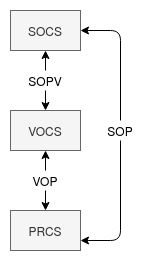
riegllms/ros-riegl-vz keeps this draw.io diagram as riegl_vz/img/cs.png. Above is the earlier version. Source tidied: cells renumbered, new cells last; positions are measured from the earlier drawing's top-left corner, leaving out a move shared by most shapes. The source it was exported from:
```xml
<mxGraphModel>
  <root>
    <mxCell id="0" />
    <mxCell id="1" parent="0" />
    <mxCell id="2" value="SOCS" style="rounded=0;whiteSpace=wrap;html=1;fillColor=#f5f5f5;strokeColor=#666666;fontColor=#333333;" parent="1" vertex="1">
      <mxGeometry width="70" height="40" as="geometry" />
    </mxCell>
    <mxCell id="3" value="VOCS" style="rounded=0;whiteSpace=wrap;html=1;fillColor=#f5f5f5;strokeColor=#666666;fontColor=#333333;" parent="1" vertex="1">
      <mxGeometry y="100" width="70" height="40" as="geometry" />
    </mxCell>
    <mxCell id="4" value="PRCS" style="rounded=0;whiteSpace=wrap;html=1;fillColor=#f5f5f5;strokeColor=#666666;fontColor=#333333;" parent="1" vertex="1">
      <mxGeometry y="200" width="70" height="40" as="geometry" />
    </mxCell>
    <mxCell id="5" value="SOPV" style="text;html=1;strokeColor=none;fillColor=none;align=center;verticalAlign=middle;whiteSpace=wrap;rounded=0;" parent="1" vertex="1">
      <mxGeometry x="15" y="60" width="40" height="20" as="geometry" />
    </mxCell>
    <mxCell id="6" style="endArrow=classic;html=1;entryX=0.5;entryY=1;entryDx=0;entryDy=0;exitX=0.5;exitY=0;exitDx=0;exitDy=0;" parent="1" edge="1" source="5" target="2">
      <mxGeometry relative="1" as="geometry" />
    </mxCell>
    <mxCell id="7" style="endArrow=classic;html=1;exitX=0.5;exitY=1;exitDx=0;exitDy=0;" parent="1" edge="1" source="5">
      <mxGeometry relative="1" as="geometry">
        <mxPoint x="35" y="100" as="targetPoint" />
      </mxGeometry>
    </mxCell>
    <mxCell id="8" value="VOP" style="text;html=1;strokeColor=none;fillColor=none;align=center;verticalAlign=middle;whiteSpace=wrap;rounded=0;" parent="1" vertex="1">
      <mxGeometry x="15" y="160" width="40" height="20" as="geometry" />
    </mxCell>
    <mxCell id="9" style="endArrow=classic;html=1;entryX=0.5;entryY=1;entryDx=0;entryDy=0;exitX=0.5;exitY=0;exitDx=0;exitDy=0;" parent="1" edge="1" source="8">
      <mxGeometry relative="1" as="geometry">
        <mxPoint x="35" y="140" as="targetPoint" />
      </mxGeometry>
    </mxCell>
    <mxCell id="10" style="endArrow=classic;html=1;exitX=0.5;exitY=1;exitDx=0;exitDy=0;" parent="1" edge="1" source="8">
      <mxGeometry relative="1" as="geometry">
        <mxPoint x="35" y="200" as="targetPoint" />
      </mxGeometry>
    </mxCell>
    <mxCell id="11" value="SOP" style="text;html=1;strokeColor=none;fillColor=none;align=center;verticalAlign=middle;whiteSpace=wrap;rounded=0;" parent="1" vertex="1">
      <mxGeometry x="90" y="110" width="40" height="20" as="geometry" />
    </mxCell>
    <mxCell id="12" style="endArrow=classic;html=1;entryX=1;entryY=0.5;entryDx=0;entryDy=0;exitX=0.5;exitY=0;exitDx=0;exitDy=0;" parent="1" edge="1" source="11" target="2">
      <mxGeometry relative="1" as="geometry">
        <Array as="points">
          <mxPoint x="110" y="20" />
        </Array>
      </mxGeometry>
    </mxCell>
    <mxCell id="13" style="endArrow=classic;html=1;exitX=0.5;exitY=1;exitDx=0;exitDy=0;entryX=1;entryY=0.75;entryDx=0;entryDy=0;" parent="1" edge="1" source="11" target="4">
      <mxGeometry relative="1" as="geometry">
        <Array as="points">
          <mxPoint x="110" y="230" />
        </Array>
      </mxGeometry>
    </mxCell>
  </root>
</mxGraphModel>
```
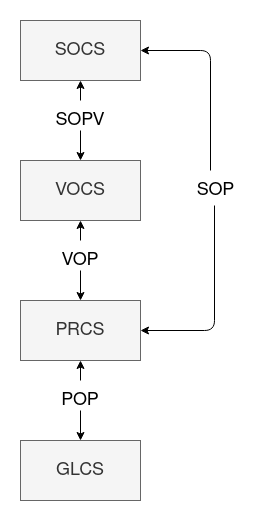
Above is the later version.

Diff of the diagram source:
```diff
@@ -2,55 +2,71 @@
   <root>
     <mxCell id="0" />
     <mxCell id="1" parent="0" />
-    <mxCell id="2" value="SOCS" style="rounded=0;whiteSpace=wrap;html=1;fillColor=#f5f5f5;strokeColor=#666666;fontColor=#333333;" parent="1" vertex="1">
-      <mxGeometry width="70" height="40" as="geometry" />
+    <mxCell id="2" value="&lt;font style=&quot;font-size: 18px&quot;&gt;SOCS&lt;/font&gt;" style="rounded=0;whiteSpace=wrap;html=1;fillColor=#f5f5f5;strokeColor=#666666;fontColor=#333333;" parent="1" vertex="1">
+      <mxGeometry x="120" y="160" width="120" height="60" as="geometry" />
     </mxCell>
-    <mxCell id="3" value="VOCS" style="rounded=0;whiteSpace=wrap;html=1;fillColor=#f5f5f5;strokeColor=#666666;fontColor=#333333;" parent="1" vertex="1">
-      <mxGeometry y="100" width="70" height="40" as="geometry" />
+    <mxCell id="3" value="&lt;font style=&quot;font-size: 18px&quot;&gt;VOCS&lt;/font&gt;" style="rounded=0;whiteSpace=wrap;html=1;fillColor=#f5f5f5;strokeColor=#666666;fontColor=#333333;" parent="1" vertex="1">
+      <mxGeometry x="120" y="300" width="120" height="60" as="geometry" />
     </mxCell>
-    <mxCell id="4" value="PRCS" style="rounded=0;whiteSpace=wrap;html=1;fillColor=#f5f5f5;strokeColor=#666666;fontColor=#333333;" parent="1" vertex="1">
-      <mxGeometry y="200" width="70" height="40" as="geometry" />
+    <mxCell id="4" value="&lt;font style=&quot;font-size: 18px&quot;&gt;PRCS&lt;/font&gt;" style="rounded=0;whiteSpace=wrap;html=1;fillColor=#f5f5f5;strokeColor=#666666;fontColor=#333333;" parent="1" vertex="1">
+      <mxGeometry x="120" y="440" width="120" height="60" as="geometry" />
     </mxCell>
+    <mxCell id="14" value="&lt;font style=&quot;font-size: 18px&quot;&gt;GLCS&lt;/font&gt;" style="rounded=0;whiteSpace=wrap;html=1;fillColor=#f5f5f5;strokeColor=#666666;fontColor=#333333;" parent="1" vertex="1">
+      <mxGeometry x="120" y="580" width="120" height="60" as="geometry" />
+    </mxCell>
-    <mxCell id="5" value="SOPV" style="text;html=1;strokeColor=none;fillColor=none;align=center;verticalAlign=middle;whiteSpace=wrap;rounded=0;" parent="1" vertex="1">
-      <mxGeometry x="15" y="60" width="40" height="20" as="geometry" />
+    <mxCell id="5" value="&lt;font style=&quot;font-size: 18px&quot;&gt;SOPV&lt;/font&gt;" style="text;html=1;strokeColor=none;fillColor=none;align=center;verticalAlign=middle;whiteSpace=wrap;rounded=0;" parent="1" vertex="1">
+      <mxGeometry x="160" y="250" width="40" height="20" as="geometry" />
     </mxCell>
-    <mxCell id="6" style="endArrow=classic;html=1;entryX=0.5;entryY=1;entryDx=0;entryDy=0;exitX=0.5;exitY=0;exitDx=0;exitDy=0;" parent="1" edge="1" source="5" target="2">
-      <mxGeometry relative="1" as="geometry" />
-    </mxCell>
-    <mxCell id="7" style="endArrow=classic;html=1;exitX=0.5;exitY=1;exitDx=0;exitDy=0;" parent="1" edge="1" source="5">
-      <mxGeometry relative="1" as="geometry">
-        <mxPoint x="35" y="100" as="targetPoint" />
-      </mxGeometry>
-    </mxCell>
+    <mxCell id="11" value="&lt;font style=&quot;font-size: 18px&quot;&gt;SOP&lt;/font&gt;" style="text;html=1;align=center;verticalAlign=middle;points=[];" parent="1" vertex="1">
+      <mxGeometry x="290" y="320" width="50" height="20" as="geometry" />
+    </mxCell>
-    <mxCell id="8" value="VOP" style="text;html=1;strokeColor=none;fillColor=none;align=center;verticalAlign=middle;whiteSpace=wrap;rounded=0;" parent="1" vertex="1">
-      <mxGeometry x="15" y="160" width="40" height="20" as="geometry" />
+    <mxCell id="8" value="&lt;font style=&quot;font-size: 18px&quot;&gt;VOP&lt;/font&gt;" style="text;html=1;strokeColor=none;fillColor=none;align=center;verticalAlign=middle;whiteSpace=wrap;rounded=0;" parent="1" vertex="1">
+      <mxGeometry x="160" y="390" width="40" height="20" as="geometry" />
     </mxCell>
-    <mxCell id="9" style="endArrow=classic;html=1;entryX=0.5;entryY=1;entryDx=0;entryDy=0;exitX=0.5;exitY=0;exitDx=0;exitDy=0;" parent="1" edge="1" source="8">
-      <mxGeometry relative="1" as="geometry">
-        <mxPoint x="35" y="140" as="targetPoint" />
-      </mxGeometry>
-    </mxCell>
-    <mxCell id="10" style="endArrow=classic;html=1;exitX=0.5;exitY=1;exitDx=0;exitDy=0;" parent="1" edge="1" source="8">
-      <mxGeometry relative="1" as="geometry">
-        <mxPoint x="35" y="200" as="targetPoint" />
-      </mxGeometry>
-    </mxCell>
-    <mxCell id="11" value="SOP" style="text;html=1;strokeColor=none;fillColor=none;align=center;verticalAlign=middle;whiteSpace=wrap;rounded=0;" parent="1" vertex="1">
-      <mxGeometry x="90" y="110" width="40" height="20" as="geometry" />
-    </mxCell>
-    <mxCell id="12" style="endArrow=classic;html=1;entryX=1;entryY=0.5;entryDx=0;entryDy=0;exitX=0.5;exitY=0;exitDx=0;exitDy=0;" parent="1" edge="1" source="11" target="2">
-      <mxGeometry relative="1" as="geometry">
-        <Array as="points">
-          <mxPoint x="110" y="20" />
-        </Array>
-      </mxGeometry>
-    </mxCell>
+    <mxCell id="15" value="&lt;font style=&quot;font-size: 18px&quot;&gt;POP&lt;/font&gt;" style="text;html=1;strokeColor=none;fillColor=none;align=center;verticalAlign=middle;whiteSpace=wrap;rounded=0;" parent="1" vertex="1">
+      <mxGeometry x="160" y="530" width="40" height="20" as="geometry" />
+    </mxCell>
+    <mxCell id="16" style="endArrow=classic;html=1;entryX=1;entryY=0.5;entryDx=0;entryDy=0;" parent="1" edge="1" target="2">
+      <mxGeometry relative="1" as="geometry">
+        <mxPoint x="310" y="310" as="sourcePoint" />
+        <Array as="points">
+          <mxPoint x="310" y="190" />
+        </Array>
+      </mxGeometry>
+    </mxCell>
-    <mxCell id="13" style="endArrow=classic;html=1;exitX=0.5;exitY=1;exitDx=0;exitDy=0;entryX=1;entryY=0.75;entryDx=0;entryDy=0;" parent="1" edge="1" source="11" target="4">
+    <mxCell id="13" style="endArrow=classic;html=1;entryX=1;entryY=0.5;entryDx=0;entryDy=0;exitX=0.48;exitY=1.25;exitDx=0;exitDy=0;exitPerimeter=0;" parent="1" edge="1" source="11" target="4">
       <mxGeometry relative="1" as="geometry">
         <Array as="points">
-          <mxPoint x="110" y="230" />
+          <mxPoint x="314" y="470" />
         </Array>
       </mxGeometry>
     </mxCell>
+    <mxCell id="17" style="endArrow=classic;html=1;entryX=0.5;entryY=1;entryDx=0;entryDy=0;" parent="1" edge="1" target="2">
+      <mxGeometry relative="1" as="geometry">
+        <mxPoint x="180" y="240" as="sourcePoint" />
+      </mxGeometry>
+    </mxCell>
+    <mxCell id="18" style="endArrow=classic;html=1;entryX=0.5;entryY=0;entryDx=0;entryDy=0;entryPerimeter=0;exitX=0.5;exitY=1;exitDx=0;exitDy=0;" parent="1" edge="1" source="5" target="3">
+      <mxGeometry relative="1" as="geometry" />
+    </mxCell>
+    <mxCell id="19" style="endArrow=classic;html=1;entryX=0.5;entryY=0;entryDx=0;entryDy=0;exitX=0.5;exitY=1;exitDx=0;exitDy=0;" parent="1" edge="1" source="8" target="4">
+      <mxGeometry relative="1" as="geometry" />
+    </mxCell>
+    <mxCell id="20" style="endArrow=classic;html=1;entryX=0.5;entryY=1;entryDx=0;entryDy=0;" parent="1" edge="1" target="3">
+      <mxGeometry relative="1" as="geometry">
+        <mxPoint x="180" y="380" as="sourcePoint" />
+      </mxGeometry>
+    </mxCell>
+    <mxCell id="21" style="endArrow=classic;html=1;entryX=0.5;entryY=1;entryDx=0;entryDy=0;" parent="1" edge="1" target="4">
+      <mxGeometry relative="1" as="geometry">
+        <mxPoint x="180" y="520" as="sourcePoint" />
+      </mxGeometry>
+    </mxCell>
+    <mxCell id="22" style="endArrow=classic;html=1;" parent="1" edge="1">
+      <mxGeometry relative="1" as="geometry">
+        <mxPoint x="180" y="550" as="sourcePoint" />
+        <mxPoint x="180" y="580" as="targetPoint" />
+      </mxGeometry>
+    </mxCell>
   </root>
 </mxGraphModel>
```
